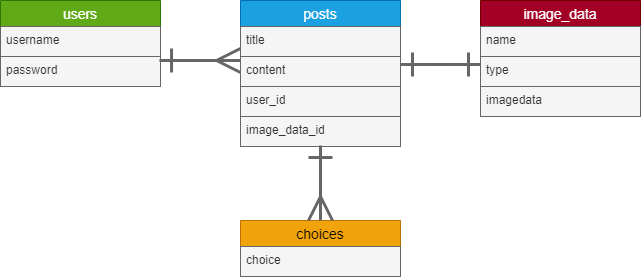
Before: DB.png, a diagram exported from draw.io (natimura/Better). Source tidied: cells renumbered, new cells last; positions are measured from the earlier drawing's top-left corner, leaving out a move shared by most shapes. Its diagram source:
```xml
<mxGraphModel>
  <root>
    <mxCell id="0" />
    <mxCell id="1" parent="0" />
    <mxCell id="2" value="users" style="swimlane;fontStyle=0;horizontal=1;startSize=26;align=center;fontSize=14;fillColor=#60a917;fontColor=#ffffff;strokeColor=#2D7600;" parent="1" vertex="1">
      <mxGeometry width="160" height="86" as="geometry" />
    </mxCell>
    <mxCell id="3" value="username" style="text;strokeColor=#666666;fillColor=#f5f5f5;spacingLeft=4;spacingRight=4;overflow=hidden;fontSize=12;fontColor=#333333;" parent="2" vertex="1">
      <mxGeometry y="26" width="160" height="30" as="geometry" />
    </mxCell>
    <mxCell id="4" value="password" style="text;strokeColor=#666666;fillColor=#f5f5f5;spacingLeft=4;spacingRight=4;overflow=hidden;points=[[0,0.5],[1,0.5]];portConstraint=eastwest;fontSize=12;fontColor=#333333;" parent="2" vertex="1">
      <mxGeometry y="56" width="160" height="30" as="geometry" />
    </mxCell>
    <mxCell id="5" value="posts" style="swimlane;fontStyle=0;horizontal=1;startSize=26;align=center;fontSize=14;fillColor=#1ba1e2;fontColor=#ffffff;strokeColor=#006EAF;" parent="1" vertex="1">
      <mxGeometry x="240" width="160" height="146" as="geometry" />
    </mxCell>
    <mxCell id="6" value="title" style="text;strokeColor=#666666;fillColor=#f5f5f5;spacingLeft=4;spacingRight=4;overflow=hidden;fontSize=12;fontColor=#333333;" parent="5" vertex="1">
      <mxGeometry y="26" width="160" height="30" as="geometry" />
    </mxCell>
    <mxCell id="7" value="content" style="text;strokeColor=#666666;fillColor=#f5f5f5;spacingLeft=4;spacingRight=4;overflow=hidden;points=[[0,0.5],[1,0.5]];portConstraint=eastwest;fontSize=12;fontColor=#333333;" parent="5" vertex="1">
      <mxGeometry y="56" width="160" height="30" as="geometry" />
    </mxCell>
    <mxCell id="8" value="user_id" style="text;strokeColor=#666666;fillColor=#f5f5f5;spacingLeft=4;spacingRight=4;overflow=hidden;fontSize=12;fontColor=#333333;" parent="5" vertex="1">
      <mxGeometry y="86" width="160" height="30" as="geometry" />
    </mxCell>
    <mxCell id="9" value="image_data_id" style="text;strokeColor=#666666;fillColor=#f5f5f5;spacingLeft=4;spacingRight=4;overflow=hidden;fontSize=12;fontColor=#333333;" parent="5" vertex="1">
      <mxGeometry y="116" width="160" height="30" as="geometry" />
    </mxCell>
    <mxCell id="10" value="choices" style="swimlane;fontStyle=0;horizontal=1;startSize=26;align=center;fontSize=14;fillColor=#f0a30a;fontColor=#000000;strokeColor=#BD7000;" parent="1" vertex="1">
      <mxGeometry x="240" y="220" width="160" height="56" as="geometry" />
    </mxCell>
    <mxCell id="11" value="choice" style="text;strokeColor=#666666;fillColor=#f5f5f5;spacingLeft=4;spacingRight=4;overflow=hidden;fontSize=12;fontColor=#333333;" parent="10" vertex="1">
      <mxGeometry y="26" width="160" height="30" as="geometry" />
    </mxCell>
    <mxCell id="12" value="image_data" style="swimlane;fontStyle=0;horizontal=1;startSize=26;align=center;fontSize=14;fillColor=#a20025;fontColor=#ffffff;strokeColor=#6F0000;" parent="1" vertex="1">
      <mxGeometry x="480" width="160" height="116" as="geometry" />
    </mxCell>
    <mxCell id="13" value="name" style="text;strokeColor=#666666;fillColor=#f5f5f5;spacingLeft=4;spacingRight=4;overflow=hidden;fontSize=12;fontColor=#333333;" parent="12" vertex="1">
      <mxGeometry y="26" width="160" height="30" as="geometry" />
    </mxCell>
    <mxCell id="14" value="type" style="text;strokeColor=#666666;fillColor=#f5f5f5;spacingLeft=4;spacingRight=4;overflow=hidden;fontSize=12;fontColor=#333333;" parent="12" vertex="1">
      <mxGeometry y="56" width="160" height="30" as="geometry" />
    </mxCell>
    <mxCell id="15" value="imagedata" style="text;strokeColor=#666666;fillColor=#f5f5f5;spacingLeft=4;spacingRight=4;overflow=hidden;fontSize=12;fontColor=#333333;" parent="12" vertex="1">
      <mxGeometry y="86" width="160" height="30" as="geometry" />
    </mxCell>
    <mxCell id="16" style="fontSize=12;html=1;endArrow=ERmany;strokeWidth=3;endFill=0;endSize=20;startArrow=ERone;startFill=0;targetPerimeterSpacing=0;startSize=20;sourcePerimeterSpacing=0;exitX=0.994;exitY=0.133;exitDx=0;exitDy=0;exitPerimeter=0;fillColor=#f5f5f5;strokeColor=#666666;" parent="1" edge="1" source="4">
      <mxGeometry relative="1" as="geometry">
        <mxPoint x="240" y="60" as="targetPoint" />
        <Array as="points">
          <mxPoint x="200" y="60" />
        </Array>
      </mxGeometry>
    </mxCell>
    <mxCell id="17" style="fontSize=12;html=1;endArrow=ERone;strokeWidth=3;endFill=0;endSize=20;startArrow=ERone;startFill=0;targetPerimeterSpacing=0;startSize=20;sourcePerimeterSpacing=0;exitX=1;exitY=0.267;exitDx=0;exitDy=0;exitPerimeter=0;fillColor=#f5f5f5;strokeColor=#666666;" parent="1" edge="1" source="7">
      <mxGeometry relative="1" as="geometry">
        <mxPoint x="480" y="64" as="targetPoint" />
      </mxGeometry>
    </mxCell>
    <mxCell id="18" style="fontSize=12;html=1;endArrow=ERmany;strokeWidth=3;endFill=0;endSize=20;startArrow=ERone;startFill=0;targetPerimeterSpacing=0;startSize=20;sourcePerimeterSpacing=0;entryX=0.5;entryY=0;entryDx=0;entryDy=0;entryPerimeter=0;fillColor=#f5f5f5;strokeColor=#666666;" parent="1" edge="1" target="10">
      <mxGeometry relative="1" as="geometry">
        <mxPoint x="320" y="145" as="sourcePoint" />
      </mxGeometry>
    </mxCell>
  </root>
</mxGraphModel>
```
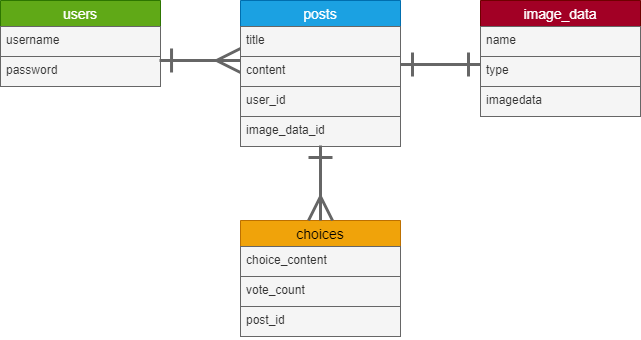
The same diagram one commit later.

The edit, as a diff of the source:
```diff
@@ -27,11 +27,17 @@
       <mxGeometry y="116" width="160" height="30" as="geometry" />
     </mxCell>
     <mxCell id="10" value="choices" style="swimlane;fontStyle=0;horizontal=1;startSize=26;align=center;fontSize=14;fillColor=#f0a30a;fontColor=#000000;strokeColor=#BD7000;" parent="1" vertex="1">
-      <mxGeometry x="240" y="220" width="160" height="56" as="geometry" />
+      <mxGeometry x="240" y="220" width="160" height="116" as="geometry" />
     </mxCell>
-    <mxCell id="11" value="choice" style="text;strokeColor=#666666;fillColor=#f5f5f5;spacingLeft=4;spacingRight=4;overflow=hidden;fontSize=12;fontColor=#333333;" parent="10" vertex="1">
+    <mxCell id="11" value="choice_content" style="text;strokeColor=#666666;fillColor=#f5f5f5;spacingLeft=4;spacingRight=4;overflow=hidden;fontSize=12;fontColor=#333333;" parent="10" vertex="1">
       <mxGeometry y="26" width="160" height="30" as="geometry" />
     </mxCell>
+    <mxCell id="19" value="vote_count" style="text;strokeColor=#666666;fillColor=#f5f5f5;spacingLeft=4;spacingRight=4;overflow=hidden;fontSize=12;fontColor=#333333;" parent="10" vertex="1">
+      <mxGeometry y="56" width="160" height="30" as="geometry" />
+    </mxCell>
+    <mxCell id="20" value="post_id" style="text;strokeColor=#666666;fillColor=#f5f5f5;spacingLeft=4;spacingRight=4;overflow=hidden;fontSize=12;fontColor=#333333;" parent="10" vertex="1">
+      <mxGeometry y="86" width="160" height="30" as="geometry" />
+    </mxCell>
     <mxCell id="12" value="image_data" style="swimlane;fontStyle=0;horizontal=1;startSize=26;align=center;fontSize=14;fillColor=#a20025;fontColor=#ffffff;strokeColor=#6F0000;" parent="1" vertex="1">
       <mxGeometry x="480" width="160" height="116" as="geometry" />
     </mxCell>
@@ -52,7 +58,7 @@
         </Array>
       </mxGeometry>
     </mxCell>
-    <mxCell id="17" style="fontSize=12;html=1;endArrow=ERone;strokeWidth=3;endFill=0;endSize=20;startArrow=ERone;startFill=0;targetPerimeterSpacing=0;startSize=20;sourcePerimeterSpacing=0;exitX=1;exitY=0.267;exitDx=0;exitDy=0;exitPerimeter=0;fillColor=#f5f5f5;strokeColor=#666666;" parent="1" edge="1" source="7">
+    <mxCell id="17" style="fontSize=12;html=1;endArrow=ERone;strokeWidth=3;endFill=0;endSize=20;startArrow=ERone;startFill=0;targetPerimeterSpacing=0;startSize=20;sourcePerimeterSpacing=0;exitX=1;exitY=0.267;exitDx=0;exitDy=0;exitPerimeter=0;fillColor=#f5f5f5;gradientColor=#b3b3b3;strokeColor=#666666;" parent="1" edge="1" source="7">
       <mxGeometry relative="1" as="geometry">
         <mxPoint x="480" y="64" as="targetPoint" />
       </mxGeometry>
```
